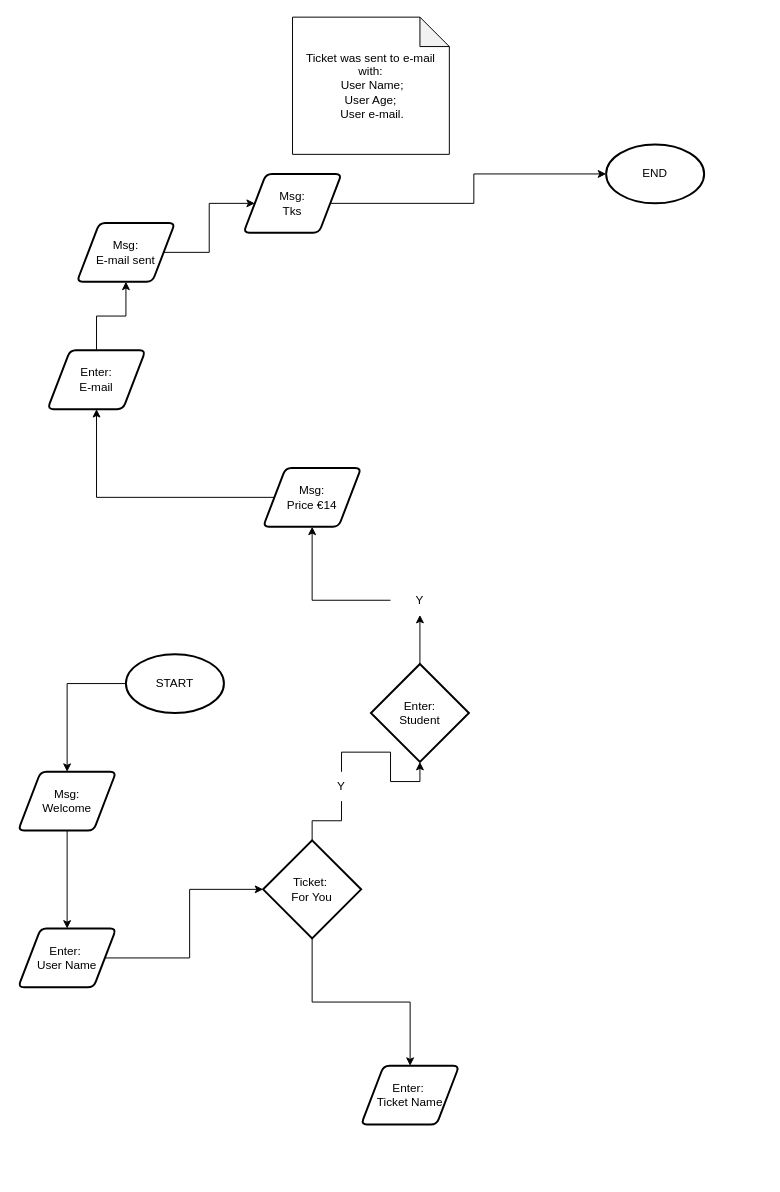
sergio-oliveira-br/NCI-CA-Web-Design keeps this draw.io diagram as js/Untitled Diagram.drawio. Above is the earlier version. Source tidied: cells renumbered, new cells numbered last; positions are measured from the earlier drawing's top-left corner, leaving out a move shared by most shapes. Both pictures are drawn from the tidied source at 98%, with x=0, y=0 at pixel (18, 17).
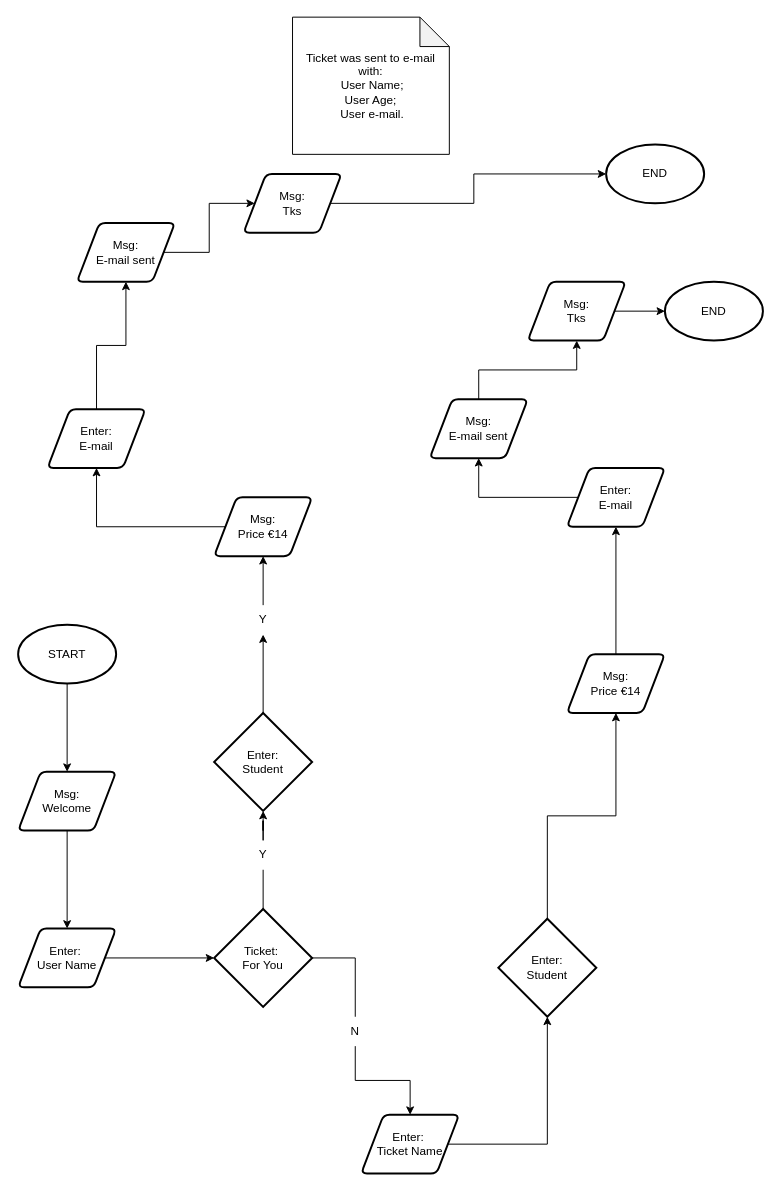
The same diagram, later.

What changed in the source:
```diff
@@
     <mxCell id="3" value="START" style="strokeWidth=2;html=1;shape=mxgraph.flowchart.start_1;whiteSpace=wrap;" parent="1" vertex="1">
-      <mxGeometry x="110" y="650" width="100" height="60" as="geometry" />
+      <mxGeometry y="620" width="100" height="60" as="geometry" />
     </mxCell>
@@
-    <mxCell id="8" style="edgeStyle=orthogonalEdgeStyle;rounded=0;jettySize=auto;html=1;" parent="1" edge="1" source="9" target="26">
+    <mxCell id="8" style="edgeStyle=orthogonalEdgeStyle;rounded=0;jettySize=auto;html=1;" parent="1" edge="1" source="30" target="26">
       <mxGeometry relative="1" as="geometry" />
     </mxCell>
     <mxCell id="9" value="Ticket:&amp;nbsp;&lt;br&gt;For You" style="strokeWidth=2;html=1;shape=mxgraph.flowchart.decision;whiteSpace=wrap;" parent="1" vertex="1">
-      <mxGeometry x="250" y="840" width="100" height="100" as="geometry" />
+      <mxGeometry x="200" y="910" width="100" height="100" as="geometry" />
     </mxCell>
@@
-    <mxCell id="11" style="edgeStyle=orthogonalEdgeStyle;rounded=0;jettySize=auto;html=1;endArrow=none;endFill=0;" parent="1" edge="1" source="9" target="12">
-      <mxGeometry relative="1" as="geometry" />
+    <mxCell id="11" style="edgeStyle=orthogonalEdgeStyle;rounded=0;jettySize=auto;html=1;endArrow=none;endFill=0;" parent="1" edge="1" source="12">
+      <mxGeometry relative="1" as="geometry">
+        <mxPoint x="250" y="830" as="targetPoint" />
+      </mxGeometry>
     </mxCell>
-    <mxCell id="12" value="Y" style="text;html=1;strokeColor=none;fillColor=none;align=center;verticalAlign=middle;whiteSpace=wrap;rounded=0;" parent="1" vertex="1">
-      <mxGeometry x="300" y="770" width="60" height="30" as="geometry" />
-    </mxCell>
@@
     <mxCell id="14" value="Enter:&lt;br&gt;Student" style="strokeWidth=2;html=1;shape=mxgraph.flowchart.decision;whiteSpace=wrap;" parent="1" vertex="1">
-      <mxGeometry x="360" y="660" width="100" height="100" as="geometry" />
+      <mxGeometry x="200" y="710" width="100" height="100" as="geometry" />
     </mxCell>
@@
     <mxCell id="16" value="Msg:&lt;br&gt;Price €14" style="shape=parallelogram;html=1;strokeWidth=2;perimeter=parallelogramPerimeter;whiteSpace=wrap;rounded=1;arcSize=12;size=0.23;" parent="1" vertex="1">
-      <mxGeometry x="250" y="460" width="100" height="60" as="geometry" />
+      <mxGeometry x="200" y="490" width="100" height="60" as="geometry" />
     </mxCell>
@@
     <mxCell id="18" value="Y" style="text;html=1;strokeColor=none;fillColor=none;align=center;verticalAlign=middle;whiteSpace=wrap;rounded=0;" parent="1" vertex="1">
-      <mxGeometry x="380" y="580" width="60" height="30" as="geometry" />
+      <mxGeometry x="220" y="600" width="60" height="30" as="geometry" />
     </mxCell>
@@
     <mxCell id="20" value="Enter:&lt;br&gt;E-mail" style="shape=parallelogram;html=1;strokeWidth=2;perimeter=parallelogramPerimeter;whiteSpace=wrap;rounded=1;arcSize=12;size=0.23;" parent="1" vertex="1">
-      <mxGeometry x="30" y="340" width="100" height="60" as="geometry" />
+      <mxGeometry x="30" y="400" width="100" height="60" as="geometry" />
     </mxCell>
@@
+    <mxCell id="28" style="edgeStyle=orthogonalEdgeStyle;rounded=0;jettySize=auto;html=1;" parent="1" edge="1" source="26" target="32">
+      <mxGeometry relative="1" as="geometry" />
+    </mxCell>
     <mxCell id="26" value="Enter:&amp;nbsp;&lt;br&gt;Ticket Name" style="shape=parallelogram;html=1;strokeWidth=2;perimeter=parallelogramPerimeter;whiteSpace=wrap;rounded=1;arcSize=12;size=0.23;" parent="1" vertex="1">
-      <mxGeometry x="350" y="1070" width="100" height="60" as="geometry" />
+      <mxGeometry x="350" y="1120" width="100" height="60" as="geometry" />
     </mxCell>
@@
+    <mxCell id="29" style="edgeStyle=orthogonalEdgeStyle;rounded=0;jettySize=auto;html=1;endArrow=none;endFill=0;" parent="1" edge="1" source="9" target="30">
+      <mxGeometry relative="1" as="geometry" />
+    </mxCell>
+    <mxCell id="30" value="N" style="text;html=1;strokeColor=none;fillColor=none;align=center;verticalAlign=middle;whiteSpace=wrap;rounded=0;" parent="1" vertex="1">
+      <mxGeometry x="314" y="1020" width="60" height="30" as="geometry" />
+    </mxCell>
+    <mxCell id="31" style="edgeStyle=orthogonalEdgeStyle;rounded=0;jettySize=auto;html=1;" parent="1" edge="1" source="32" target="34">
+      <mxGeometry relative="1" as="geometry" />
+    </mxCell>
+    <mxCell id="32" value="Enter:&lt;br&gt;Student" style="strokeWidth=2;html=1;shape=mxgraph.flowchart.decision;whiteSpace=wrap;" parent="1" vertex="1">
+      <mxGeometry x="490" y="920" width="100" height="100" as="geometry" />
+    </mxCell>
+    <mxCell id="33" style="edgeStyle=orthogonalEdgeStyle;rounded=0;jettySize=auto;html=1;" parent="1" edge="1" source="34" target="36">
+      <mxGeometry relative="1" as="geometry" />
+    </mxCell>
+    <mxCell id="34" value="Msg:&lt;br&gt;Price €14" style="shape=parallelogram;html=1;strokeWidth=2;perimeter=parallelogramPerimeter;whiteSpace=wrap;rounded=1;arcSize=12;size=0.23;" parent="1" vertex="1">
+      <mxGeometry x="560" y="650" width="100" height="60" as="geometry" />
+    </mxCell>
+    <mxCell id="35" style="edgeStyle=orthogonalEdgeStyle;rounded=0;jettySize=auto;html=1;" parent="1" edge="1" source="36" target="38">
+      <mxGeometry relative="1" as="geometry" />
+    </mxCell>
+    <mxCell id="36" value="Enter:&lt;br&gt;E-mail" style="shape=parallelogram;html=1;strokeWidth=2;perimeter=parallelogramPerimeter;whiteSpace=wrap;rounded=1;arcSize=12;size=0.23;" parent="1" vertex="1">
+      <mxGeometry x="560" y="460" width="100" height="60" as="geometry" />
+    </mxCell>
+    <mxCell id="37" style="edgeStyle=orthogonalEdgeStyle;rounded=0;jettySize=auto;html=1;" parent="1" edge="1" source="38" target="40">
+      <mxGeometry relative="1" as="geometry" />
+    </mxCell>
+    <mxCell id="38" value="Msg:&lt;br&gt;E-mail sent" style="shape=parallelogram;html=1;strokeWidth=2;perimeter=parallelogramPerimeter;whiteSpace=wrap;rounded=1;arcSize=12;size=0.23;" parent="1" vertex="1">
+      <mxGeometry x="420" y="390" width="100" height="60" as="geometry" />
+    </mxCell>
+    <mxCell id="39" style="edgeStyle=orthogonalEdgeStyle;rounded=0;jettySize=auto;html=1;" parent="1" edge="1" source="40" target="42">
+      <mxGeometry relative="1" as="geometry" />
+    </mxCell>
+    <mxCell id="40" value="Msg:&lt;br&gt;Tks" style="shape=parallelogram;html=1;strokeWidth=2;perimeter=parallelogramPerimeter;whiteSpace=wrap;rounded=1;arcSize=12;size=0.23;" parent="1" vertex="1">
+      <mxGeometry x="520" y="270" width="100" height="60" as="geometry" />
+    </mxCell>
+    <mxCell id="41" style="edgeStyle=orthogonalEdgeStyle;rounded=0;jettySize=auto;html=1;endArrow=none;endFill=0;" parent="1" edge="1" source="9" target="12">
+      <mxGeometry relative="1" as="geometry" />
+    </mxCell>
+    <mxCell id="12" value="Y" style="text;html=1;strokeColor=none;fillColor=none;align=center;verticalAlign=middle;whiteSpace=wrap;rounded=0;" parent="1" vertex="1">
+      <mxGeometry x="220" y="840" width="60" height="30" as="geometry" />
+    </mxCell>
+    <mxCell id="42" value="END" style="strokeWidth=2;html=1;shape=mxgraph.flowchart.start_1;whiteSpace=wrap;" parent="1" vertex="1">
+      <mxGeometry x="660" y="270" width="100" height="60" as="geometry" />
+    </mxCell>
```
